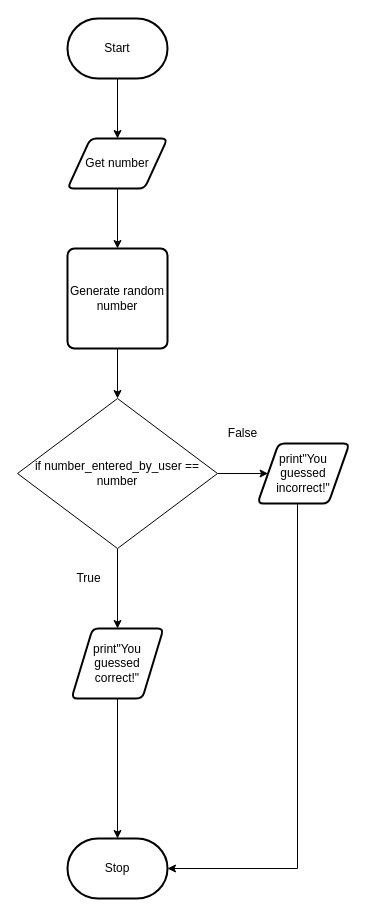
This is flowchart.drawio from michael-clermont1/ICS3U-Assignment-7-Python, a draw.io file, before an edit. Source tidied: cells renumbered, new cells numbered last; positions are measured from the earlier drawing's top-left corner, leaving out a move shared by most shapes. Both pictures are drawn from the tidied source at 100%, with x=0, y=0 at pixel (17, 18).
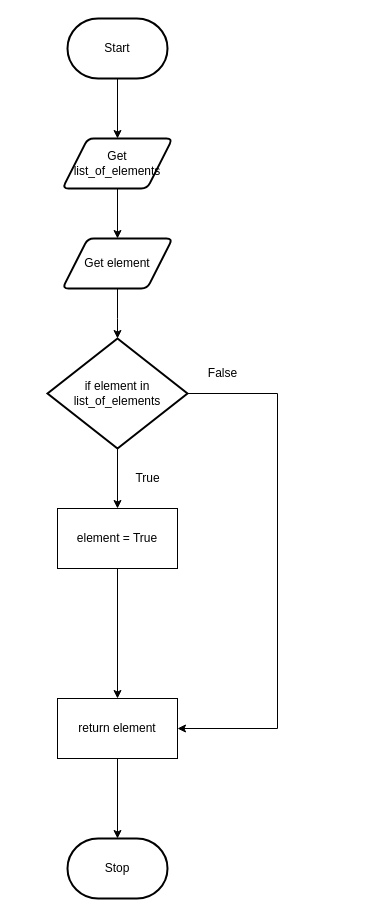
The same page after the edit.

The change refers to these unchanged cells:
```xml
<mxCell id="6" value="Stop" style="strokeWidth=2;html=1;shape=mxgraph.flowchart.terminator;whiteSpace=wrap;" parent="1" vertex="1">
  <mxGeometry x="50" y="820" width="100" height="60" as="geometry" />
</mxCell>
```

The edit, as a diff of the source:
```diff
@@
-    <mxCell id="2" style="edgeStyle=orthogonalEdgeStyle;rounded=0;html=1;exitX=0.5;exitY=1;exitDx=0;exitDy=0;entryX=0.5;entryY=0;entryDx=0;entryDy=0;" parent="1" edge="1" source="3" target="17">
-      <mxGeometry relative="1" as="geometry" />
-    </mxCell>
+    <mxCell id="18" style="edgeStyle=orthogonalEdgeStyle;html=1;rounded=0;" parent="1" edge="1" source="3" target="20">
+      <mxGeometry relative="1" as="geometry" />
+    </mxCell>
-    <mxCell id="3" value="Get number" style="shape=parallelogram;html=1;strokeWidth=2;perimeter=parallelogramPerimeter;whiteSpace=wrap;rounded=1;arcSize=12;size=0.23;" parent="1" vertex="1">
-      <mxGeometry x="50" y="120" width="100" height="50" as="geometry" />
+    <mxCell id="3" value="Get list_of_elements" style="shape=parallelogram;html=1;strokeWidth=2;perimeter=parallelogramPerimeter;whiteSpace=wrap;rounded=1;arcSize=12;size=0.23;" parent="1" vertex="1">
+      <mxGeometry x="45" y="120" width="110" height="50" as="geometry" />
     </mxCell>
@@
-    <mxCell id="7" style="edgeStyle=orthogonalEdgeStyle;rounded=0;html=1;entryX=0.5;entryY=0;entryDx=0;entryDy=0;entryPerimeter=0;" parent="1" edge="1" source="8" target="6">
-      <mxGeometry relative="1" as="geometry" />
-    </mxCell>
-    <mxCell id="8" value="print&quot;You guessed correct!&quot;" style="shape=parallelogram;html=1;strokeWidth=2;perimeter=parallelogramPerimeter;whiteSpace=wrap;rounded=1;arcSize=12;size=0.23;" parent="1" vertex="1">
-      <mxGeometry x="54" y="610" width="92" height="70" as="geometry" />
-    </mxCell>
-    <mxCell id="9" style="edgeStyle=orthogonalEdgeStyle;rounded=0;html=1;entryX=1;entryY=0.5;entryDx=0;entryDy=0;entryPerimeter=0;" parent="1" edge="1" source="10" target="6">
-      <mxGeometry relative="1" as="geometry">
-        <Array as="points">
-          <mxPoint x="280" y="850" />
-        </Array>
-      </mxGeometry>
-    </mxCell>
-    <mxCell id="10" value="print&quot;You guessed incorrect!&quot;" style="shape=parallelogram;html=1;strokeWidth=2;perimeter=parallelogramPerimeter;whiteSpace=wrap;rounded=1;arcSize=12;size=0.23;" parent="1" vertex="1">
-      <mxGeometry x="240" y="425" width="92" height="60" as="geometry" />
-    </mxCell>
-    <mxCell id="11" style="edgeStyle=none;html=1;entryX=0.5;entryY=0;entryDx=0;entryDy=0;" parent="1" edge="1" source="13" target="8">
-      <mxGeometry relative="1" as="geometry" />
-    </mxCell>
-    <mxCell id="12" style="edgeStyle=orthogonalEdgeStyle;html=1;entryX=0;entryY=0.5;entryDx=0;entryDy=0;" parent="1" edge="1" source="13" target="10">
-      <mxGeometry relative="1" as="geometry" />
-    </mxCell>
-    <mxCell id="13" value="&lt;span&gt;if number_entered_by_user == number&lt;/span&gt;" style="rhombus;whiteSpace=wrap;html=1;" parent="1" vertex="1">
-      <mxGeometry y="380" width="200" height="150" as="geometry" />
-    </mxCell>
     <mxCell id="14" value="False" style="text;html=1;align=center;verticalAlign=middle;fillColor=none;strokeColor=none;rounded=0;" parent="1" vertex="1">
-      <mxGeometry x="200" y="405" width="50" height="20" as="geometry" />
+      <mxGeometry x="180" y="345" width="50" height="20" as="geometry" />
     </mxCell>
     <mxCell id="15" value="True" style="text;html=1;align=center;verticalAlign=middle;fillColor=none;strokeColor=none;rounded=0;" parent="1" vertex="1">
-      <mxGeometry x="51" y="550" width="40" height="20" as="geometry" />
+      <mxGeometry x="110" y="450" width="40" height="20" as="geometry" />
     </mxCell>
-    <mxCell id="16" style="edgeStyle=orthogonalEdgeStyle;rounded=0;html=1;entryX=0.5;entryY=0;entryDx=0;entryDy=0;" parent="1" edge="1" source="17" target="13">
-      <mxGeometry relative="1" as="geometry" />
-    </mxCell>
-    <mxCell id="17" value="Generate random number" style="rounded=1;whiteSpace=wrap;html=1;absoluteArcSize=1;arcSize=14;strokeWidth=2;" parent="1" vertex="1">
-      <mxGeometry x="50" y="230" width="100" height="100" as="geometry" />
-    </mxCell>
+    <mxCell id="19" style="edgeStyle=orthogonalEdgeStyle;rounded=0;html=1;" parent="1" edge="1" source="20" target="23">
+      <mxGeometry relative="1" as="geometry">
+        <Array as="points">
+          <mxPoint x="100" y="300" />
+          <mxPoint x="100" y="300" />
+        </Array>
+      </mxGeometry>
+    </mxCell>
+    <mxCell id="20" value="Get element" style="shape=parallelogram;html=1;strokeWidth=2;perimeter=parallelogramPerimeter;whiteSpace=wrap;rounded=1;arcSize=12;size=0.23;" parent="1" vertex="1">
+      <mxGeometry x="45" y="220" width="110" height="50" as="geometry" />
+    </mxCell>
+    <mxCell id="21" style="edgeStyle=orthogonalEdgeStyle;rounded=0;html=1;entryX=0.5;entryY=0;entryDx=0;entryDy=0;" parent="1" edge="1" source="23" target="25">
+      <mxGeometry relative="1" as="geometry" />
+    </mxCell>
+    <mxCell id="22" style="edgeStyle=orthogonalEdgeStyle;rounded=0;html=1;entryX=1;entryY=0.5;entryDx=0;entryDy=0;" parent="1" edge="1" source="23" target="27">
+      <mxGeometry relative="1" as="geometry">
+        <Array as="points">
+          <mxPoint x="260" y="375" />
+          <mxPoint x="260" y="710" />
+        </Array>
+      </mxGeometry>
+    </mxCell>
+    <mxCell id="23" value="if element in list_of_elements" style="strokeWidth=2;html=1;shape=mxgraph.flowchart.decision;whiteSpace=wrap;" parent="1" vertex="1">
+      <mxGeometry x="30" y="320" width="140" height="110" as="geometry" />
+    </mxCell>
+    <mxCell id="24" style="edgeStyle=orthogonalEdgeStyle;rounded=0;html=1;entryX=0.5;entryY=0;entryDx=0;entryDy=0;" parent="1" edge="1" source="25" target="27">
+      <mxGeometry relative="1" as="geometry" />
+    </mxCell>
+    <mxCell id="25" value="element = True" style="rounded=0;whiteSpace=wrap;html=1;" parent="1" vertex="1">
+      <mxGeometry x="40" y="490" width="120" height="60" as="geometry" />
+    </mxCell>
+    <mxCell id="26" style="edgeStyle=orthogonalEdgeStyle;rounded=0;html=1;entryX=0.5;entryY=0;entryDx=0;entryDy=0;entryPerimeter=0;" parent="1" edge="1" source="27" target="6">
+      <mxGeometry relative="1" as="geometry" />
+    </mxCell>
+    <mxCell id="27" value="return element" style="rounded=0;whiteSpace=wrap;html=1;" parent="1" vertex="1">
+      <mxGeometry x="40" y="680" width="120" height="60" as="geometry" />
+    </mxCell>
```
